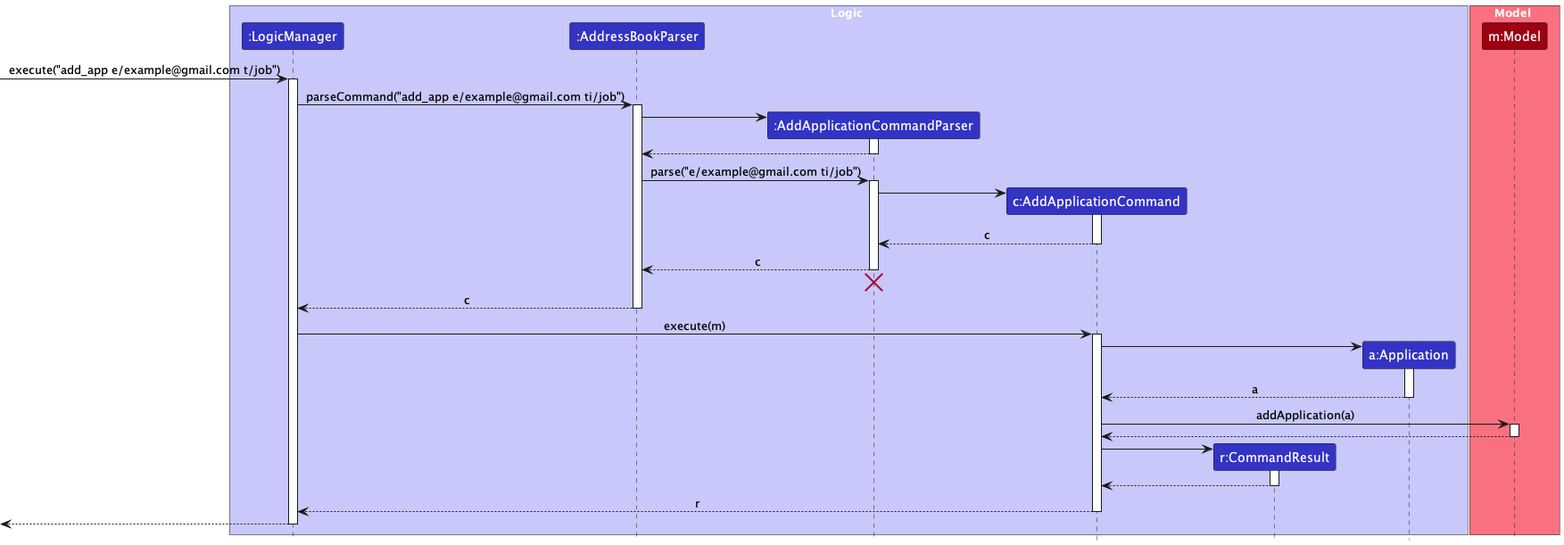
The PlantUML diagram docs/images/AddApplicationSequenceDiagram.png in leeweiming3/tp, before a commit.
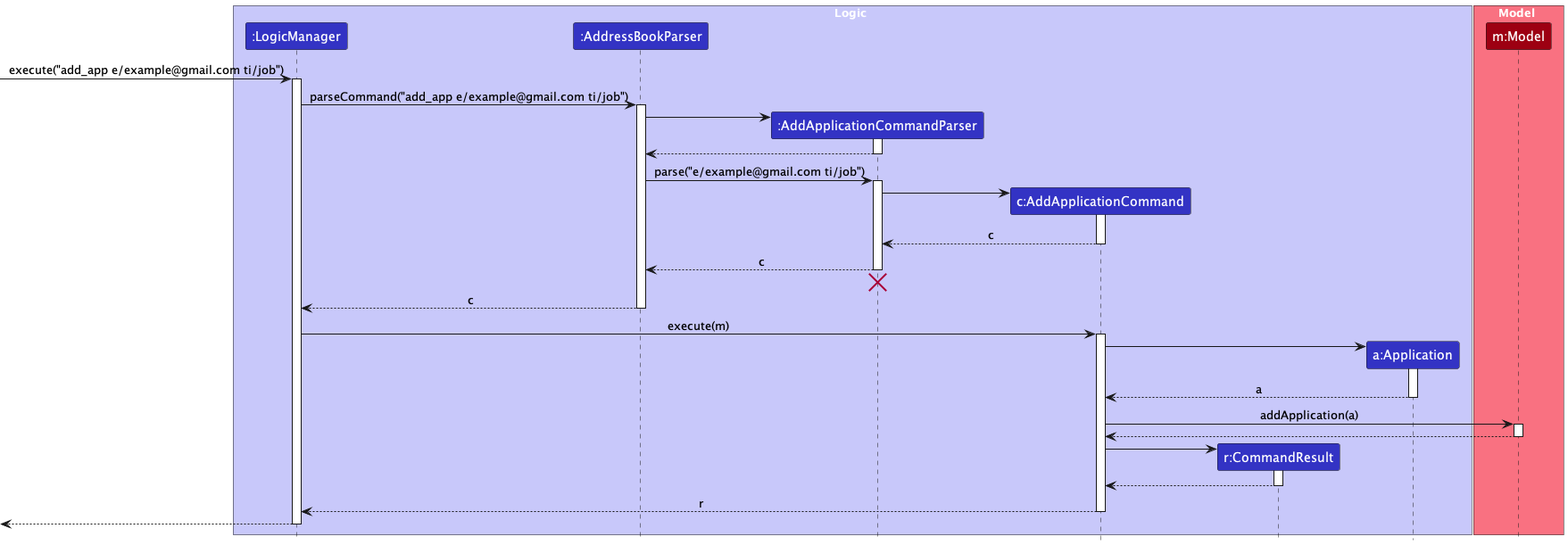
Later version of the same file.

Diff of the diagram source:
```diff
@@ -15,7 +15,7 @@
 participant "m:Model" as Model MODEL_COLOR
 end box
 
-[-> LogicManager : execute("add_app e/example@gmail.com t/job")
+[-> LogicManager : execute("add_app e/example@gmail.com ti/job")
 activate LogicManager
 
 LogicManager -> AddressBookParser : parseCommand("add_app e/example@gmail.com ti/job")
```
